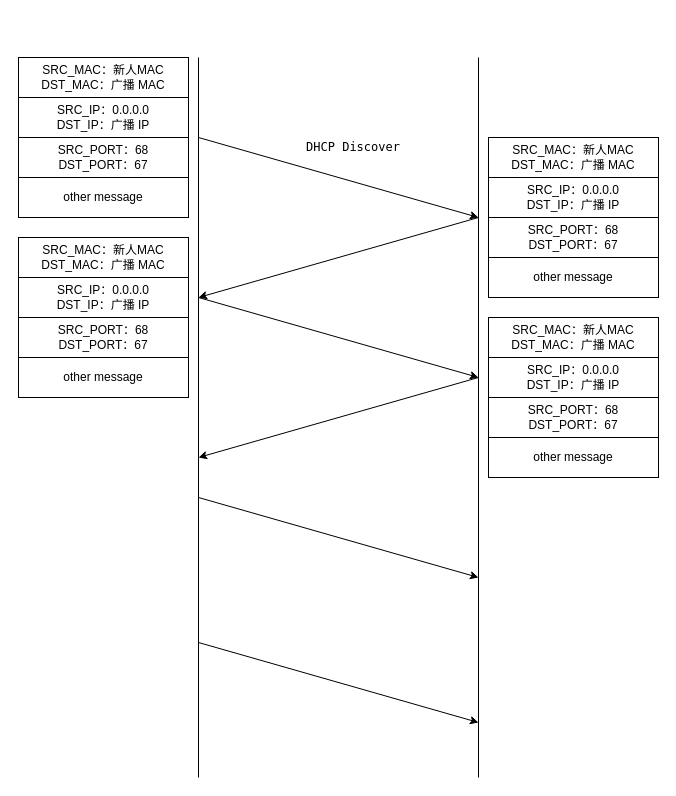
Earlier version of the draw.io diagram dhcpmes.drawio (ctimbai/draw.io). Source tidied: cells renumbered, new cells numbered last; positions are measured from the earlier drawing's top-left corner, leaving out a move shared by most shapes. Both pictures are drawn from the tidied source at 100%, with x=0, y=0 at pixel (18, 57).
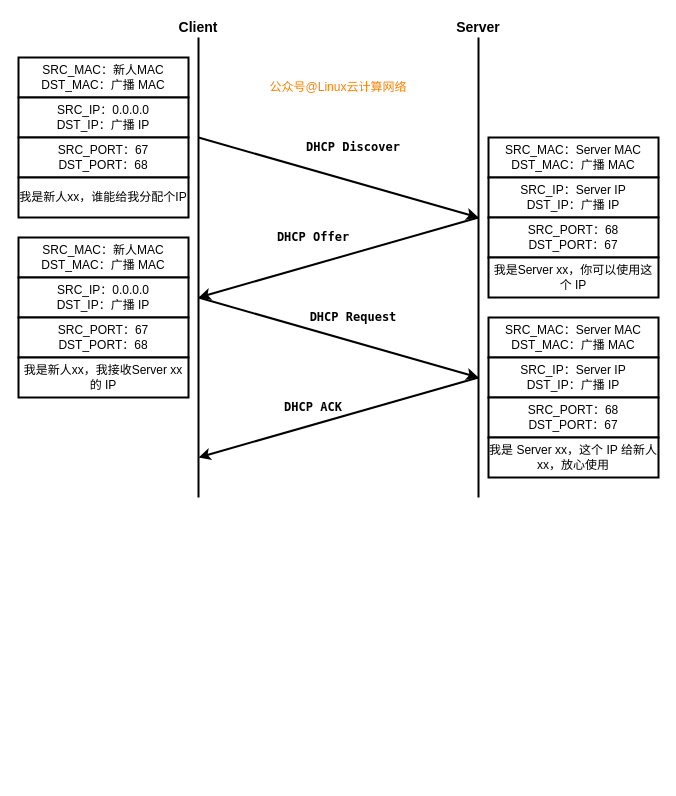
Above is the later version.

What changed in the source:
```diff
@@
-    <mxCell id="2" style="endArrow=none;html=1;" parent="1" edge="1">
+    <mxCell id="2" style="endArrow=none;html=1;entryX=0.5;entryY=1;entryDx=0;entryDy=0;strokeWidth=2;" parent="1" edge="1" target="34">
       <mxGeometry relative="1" as="geometry">
-        <mxPoint x="180" y="720" as="sourcePoint" />
-        <mxPoint x="180" as="targetPoint" />
+        <mxPoint x="180" y="440" as="sourcePoint" />
       </mxGeometry>
     </mxCell>
-    <mxCell id="3" style="endArrow=none;html=1;" parent="1" edge="1">
+    <mxCell id="3" style="endArrow=none;html=1;entryX=0.5;entryY=1;entryDx=0;entryDy=0;strokeWidth=2;" parent="1" edge="1" target="35">
       <mxGeometry relative="1" as="geometry">
-        <mxPoint x="460" y="720" as="sourcePoint" />
-        <mxPoint x="460" as="targetPoint" />
+        <mxPoint x="460" y="440" as="sourcePoint" />
       </mxGeometry>
     </mxCell>
-    <mxCell id="4" style="endArrow=classic;html=1;" parent="1" edge="1">
+    <mxCell id="4" style="endArrow=classic;html=1;strokeWidth=2;" parent="1" edge="1">
       <mxGeometry relative="1" as="geometry">
         <mxPoint x="180" y="80" as="sourcePoint" />
         <mxPoint x="460" y="160" as="targetPoint" />
       </mxGeometry>
     </mxCell>
-    <mxCell id="5" value="&lt;font face=&quot;Lucida Console&quot;&gt;DHCP Discover&lt;/font&gt;" style="text;html=1;strokeColor=none;fillColor=none;align=center;verticalAlign=middle;whiteSpace=wrap;rounded=0;" parent="1" vertex="1">
+    <mxCell id="5" value="&lt;font face=&quot;Lucida Console&quot;&gt;&lt;b&gt;DHCP Discover&lt;/b&gt;&lt;/font&gt;" style="text;html=1;strokeColor=none;fillColor=none;align=center;verticalAlign=middle;whiteSpace=wrap;rounded=0;strokeWidth=2;" parent="1" vertex="1">
       <mxGeometry x="280" y="80" width="110" height="20" as="geometry" />
     </mxCell>
-    <mxCell id="6" style="group;" parent="1" vertex="1">
+    <mxCell id="6" style="group;strokeWidth=2;" parent="1" vertex="1">
       <mxGeometry width="170" height="160" as="geometry" />
     </mxCell>
-    <mxCell id="7" value="SRC_MAC：新人MAC&lt;br&gt;DST_MAC：广播 MAC" style="rounded=0;whiteSpace=wrap;html=1;" parent="6" vertex="1">
+    <mxCell id="7" value="SRC_MAC：新人MAC&lt;br&gt;DST_MAC：广播 MAC" style="rounded=0;whiteSpace=wrap;html=1;strokeWidth=2;" parent="6" vertex="1">
       <mxGeometry width="170" height="40" as="geometry" />
     </mxCell>
-    <mxCell id="8" value="SRC_IP：0.0.0.0&lt;br&gt;DST_IP：广播 IP" style="rounded=0;whiteSpace=wrap;html=1;" parent="6" vertex="1">
+    <mxCell id="8" value="SRC_IP：0.0.0.0&lt;br&gt;DST_IP：广播 IP" style="rounded=0;whiteSpace=wrap;html=1;strokeWidth=2;" parent="6" vertex="1">
       <mxGeometry y="40" width="170" height="40" as="geometry" />
     </mxCell>
-    <mxCell id="9" value="SRC_PORT：68&lt;br&gt;DST_PORT：67" style="rounded=0;whiteSpace=wrap;html=1;" parent="6" vertex="1">
+    <mxCell id="9" value="SRC_PORT：67&lt;br&gt;DST_PORT：68" style="rounded=0;whiteSpace=wrap;html=1;strokeWidth=2;" parent="6" vertex="1">
       <mxGeometry y="80" width="170" height="40" as="geometry" />
     </mxCell>
-    <mxCell id="10" value="other message" style="rounded=0;whiteSpace=wrap;html=1;" parent="6" vertex="1">
+    <mxCell id="10" value="我是新人xx，谁能给我分配个IP" style="rounded=0;whiteSpace=wrap;html=1;strokeWidth=2;" parent="6" vertex="1">
       <mxGeometry y="120" width="170" height="40" as="geometry" />
     </mxCell>
-    <mxCell id="11" style="group;" parent="1" vertex="1">
+    <mxCell id="11" style="group;strokeWidth=2;" parent="1" vertex="1">
       <mxGeometry x="470" y="80" width="170" height="160" as="geometry" />
     </mxCell>
-    <mxCell id="12" value="SRC_MAC：新人MAC&lt;br&gt;DST_MAC：广播 MAC" style="rounded=0;whiteSpace=wrap;html=1;" parent="11" vertex="1">
+    <mxCell id="12" value="SRC_MAC：Server MAC&lt;br&gt;DST_MAC：广播 MAC" style="rounded=0;whiteSpace=wrap;html=1;strokeWidth=2;" parent="11" vertex="1">
       <mxGeometry width="170" height="40" as="geometry" />
     </mxCell>
-    <mxCell id="13" value="SRC_IP：0.0.0.0&lt;br&gt;DST_IP：广播 IP" style="rounded=0;whiteSpace=wrap;html=1;" parent="11" vertex="1">
+    <mxCell id="13" value="SRC_IP：Server IP&lt;br&gt;DST_IP：广播 IP" style="rounded=0;whiteSpace=wrap;html=1;strokeWidth=2;" parent="11" vertex="1">
       <mxGeometry y="40" width="170" height="40" as="geometry" />
     </mxCell>
-    <mxCell id="14" value="SRC_PORT：68&lt;br&gt;DST_PORT：67" style="rounded=0;whiteSpace=wrap;html=1;" parent="11" vertex="1">
+    <mxCell id="14" value="SRC_PORT：68&lt;br&gt;DST_PORT：67" style="rounded=0;whiteSpace=wrap;html=1;strokeWidth=2;" parent="11" vertex="1">
       <mxGeometry y="80" width="170" height="40" as="geometry" />
     </mxCell>
-    <mxCell id="15" value="other message" style="rounded=0;whiteSpace=wrap;html=1;" parent="11" vertex="1">
+    <mxCell id="15" value="我是Server xx，你可以使用这个 IP" style="rounded=0;whiteSpace=wrap;html=1;strokeWidth=2;" parent="11" vertex="1">
       <mxGeometry y="120" width="170" height="40" as="geometry" />
     </mxCell>
-    <mxCell id="16" style="endArrow=classic;html=1;" parent="1" edge="1">
+    <mxCell id="16" style="endArrow=classic;html=1;strokeWidth=2;" parent="1" edge="1">
       <mxGeometry relative="1" as="geometry">
         <mxPoint x="460" y="160" as="sourcePoint" />
         <mxPoint x="180" y="240" as="targetPoint" />
       </mxGeometry>
     </mxCell>
-    <mxCell id="17" style="endArrow=classic;html=1;" parent="1" edge="1">
+    <mxCell id="17" style="endArrow=classic;html=1;strokeWidth=2;" parent="1" edge="1">
       <mxGeometry relative="1" as="geometry">
         <mxPoint x="180" y="240" as="sourcePoint" />
         <mxPoint x="460" y="320" as="targetPoint" />
       </mxGeometry>
     </mxCell>
-    <mxCell id="18" style="endArrow=classic;html=1;" parent="1" edge="1">
+    <mxCell id="18" style="endArrow=classic;html=1;strokeWidth=2;" parent="1" edge="1">
       <mxGeometry relative="1" as="geometry">
         <mxPoint x="460" y="320" as="sourcePoint" />
         <mxPoint x="180" y="400" as="targetPoint" />
       </mxGeometry>
     </mxCell>
-    <mxCell id="19" style="endArrow=classic;html=1;" parent="1" edge="1">
-      <mxGeometry relative="1" as="geometry">
-        <mxPoint x="180" y="440" as="sourcePoint" />
-        <mxPoint x="460" y="520" as="targetPoint" />
-      </mxGeometry>
-    </mxCell>
-    <mxCell id="20" style="endArrow=classic;html=1;" parent="1" edge="1">
-      <mxGeometry relative="1" as="geometry">
-        <mxPoint x="180" y="585" as="sourcePoint" />
-        <mxPoint x="460" y="665" as="targetPoint" />
-      </mxGeometry>
-    </mxCell>
-    <mxCell id="21" style="group;" parent="1" vertex="1">
+    <mxCell id="21" style="group;strokeWidth=2;" parent="1" vertex="1">
       <mxGeometry y="180" width="170" height="160" as="geometry" />
     </mxCell>
-    <mxCell id="22" value="SRC_MAC：新人MAC&lt;br&gt;DST_MAC：广播 MAC" style="rounded=0;whiteSpace=wrap;html=1;" parent="21" vertex="1">
+    <mxCell id="22" value="SRC_MAC：新人MAC&lt;br&gt;DST_MAC：广播 MAC" style="rounded=0;whiteSpace=wrap;html=1;strokeWidth=2;" parent="21" vertex="1">
       <mxGeometry width="170" height="40" as="geometry" />
     </mxCell>
-    <mxCell id="23" value="SRC_IP：0.0.0.0&lt;br&gt;DST_IP：广播 IP" style="rounded=0;whiteSpace=wrap;html=1;" parent="21" vertex="1">
+    <mxCell id="23" value="SRC_IP：0.0.0.0&lt;br&gt;DST_IP：广播 IP" style="rounded=0;whiteSpace=wrap;html=1;strokeWidth=2;" parent="21" vertex="1">
       <mxGeometry y="40" width="170" height="40" as="geometry" />
     </mxCell>
-    <mxCell id="24" value="SRC_PORT：68&lt;br&gt;DST_PORT：67" style="rounded=0;whiteSpace=wrap;html=1;" parent="21" vertex="1">
+    <mxCell id="24" value="SRC_PORT：67&lt;br&gt;DST_PORT：68" style="rounded=0;whiteSpace=wrap;html=1;strokeWidth=2;" parent="21" vertex="1">
       <mxGeometry y="80" width="170" height="40" as="geometry" />
     </mxCell>
-    <mxCell id="25" value="other message" style="rounded=0;whiteSpace=wrap;html=1;" parent="21" vertex="1">
+    <mxCell id="25" value="我是新人xx，我接收Server xx 的 IP" style="rounded=0;whiteSpace=wrap;html=1;strokeWidth=2;" parent="21" vertex="1">
       <mxGeometry y="120" width="170" height="40" as="geometry" />
     </mxCell>
-    <mxCell id="26" style="group;" parent="1" vertex="1">
+    <mxCell id="26" style="group;strokeWidth=2;" parent="1" vertex="1">
       <mxGeometry x="470" y="260" width="170" height="160" as="geometry" />
     </mxCell>
-    <mxCell id="27" value="SRC_MAC：新人MAC&lt;br&gt;DST_MAC：广播 MAC" style="rounded=0;whiteSpace=wrap;html=1;" parent="26" vertex="1">
+    <mxCell id="27" value="SRC_MAC：Server MAC&lt;br&gt;DST_MAC：广播 MAC" style="rounded=0;whiteSpace=wrap;html=1;strokeWidth=2;" parent="26" vertex="1">
       <mxGeometry width="170" height="40" as="geometry" />
     </mxCell>
-    <mxCell id="28" value="SRC_IP：0.0.0.0&lt;br&gt;DST_IP：广播 IP" style="rounded=0;whiteSpace=wrap;html=1;" parent="26" vertex="1">
+    <mxCell id="28" value="SRC_IP：Server IP&lt;br&gt;DST_IP：广播 IP" style="rounded=0;whiteSpace=wrap;html=1;strokeWidth=2;" parent="26" vertex="1">
       <mxGeometry y="40" width="170" height="40" as="geometry" />
     </mxCell>
-    <mxCell id="29" value="SRC_PORT：68&lt;br&gt;DST_PORT：67" style="rounded=0;whiteSpace=wrap;html=1;" parent="26" vertex="1">
+    <mxCell id="29" value="SRC_PORT：68&lt;br&gt;DST_PORT：67" style="rounded=0;whiteSpace=wrap;html=1;strokeWidth=2;" parent="26" vertex="1">
       <mxGeometry y="80" width="170" height="40" as="geometry" />
     </mxCell>
-    <mxCell id="30" value="other message" style="rounded=0;whiteSpace=wrap;html=1;" parent="26" vertex="1">
+    <mxCell id="30" value="我是 Server xx，这个 IP 给新人xx，放心使用" style="rounded=0;whiteSpace=wrap;html=1;strokeWidth=2;" parent="26" vertex="1">
       <mxGeometry y="120" width="170" height="40" as="geometry" />
     </mxCell>
+    <mxCell id="31" value="&lt;font face=&quot;Lucida Console&quot;&gt;&lt;b&gt;DHCP Offer&lt;/b&gt;&lt;/font&gt;" style="text;html=1;strokeColor=none;fillColor=none;align=center;verticalAlign=middle;whiteSpace=wrap;rounded=0;strokeWidth=2;" parent="1" vertex="1">
+      <mxGeometry x="240" y="170" width="110" height="20" as="geometry" />
+    </mxCell>
+    <mxCell id="32" value="&lt;font face=&quot;Lucida Console&quot;&gt;&lt;b&gt;DHCP Request&lt;/b&gt;&lt;/font&gt;" style="text;html=1;strokeColor=none;fillColor=none;align=center;verticalAlign=middle;whiteSpace=wrap;rounded=0;strokeWidth=2;" parent="1" vertex="1">
+      <mxGeometry x="280" y="250" width="110" height="20" as="geometry" />
+    </mxCell>
+    <mxCell id="33" value="&lt;font face=&quot;Lucida Console&quot;&gt;&lt;b&gt;DHCP ACK&lt;/b&gt;&lt;/font&gt;" style="text;html=1;strokeColor=none;fillColor=none;align=center;verticalAlign=middle;whiteSpace=wrap;rounded=0;strokeWidth=2;" parent="1" vertex="1">
+      <mxGeometry x="240" y="340" width="110" height="20" as="geometry" />
+    </mxCell>
+    <mxCell id="34" value="&lt;font style=&quot;font-size: 14px&quot;&gt;&lt;b&gt;Client&lt;/b&gt;&lt;/font&gt;" style="text;html=1;strokeColor=none;fillColor=none;align=center;verticalAlign=middle;whiteSpace=wrap;rounded=0;strokeWidth=2;" parent="1" vertex="1">
+      <mxGeometry x="160" y="-40" width="40" height="20" as="geometry" />
+    </mxCell>
+    <mxCell id="35" value="&lt;font style=&quot;font-size: 14px&quot;&gt;&lt;b&gt;Server&lt;/b&gt;&lt;/font&gt;" style="text;html=1;strokeColor=none;fillColor=none;align=center;verticalAlign=middle;whiteSpace=wrap;rounded=0;strokeWidth=2;" parent="1" vertex="1">
+      <mxGeometry x="440" y="-40" width="40" height="20" as="geometry" />
+    </mxCell>
+    <mxCell id="36" value="&lt;font color=&quot;#ff8000&quot;&gt;公众号@Linux云计算网络&lt;/font&gt;" style="text;html=1;strokeColor=none;fillColor=none;align=center;verticalAlign=middle;whiteSpace=wrap;rounded=0;" parent="1" vertex="1">
+      <mxGeometry x="240" y="20" width="160" height="20" as="geometry" />
+    </mxCell>
```
